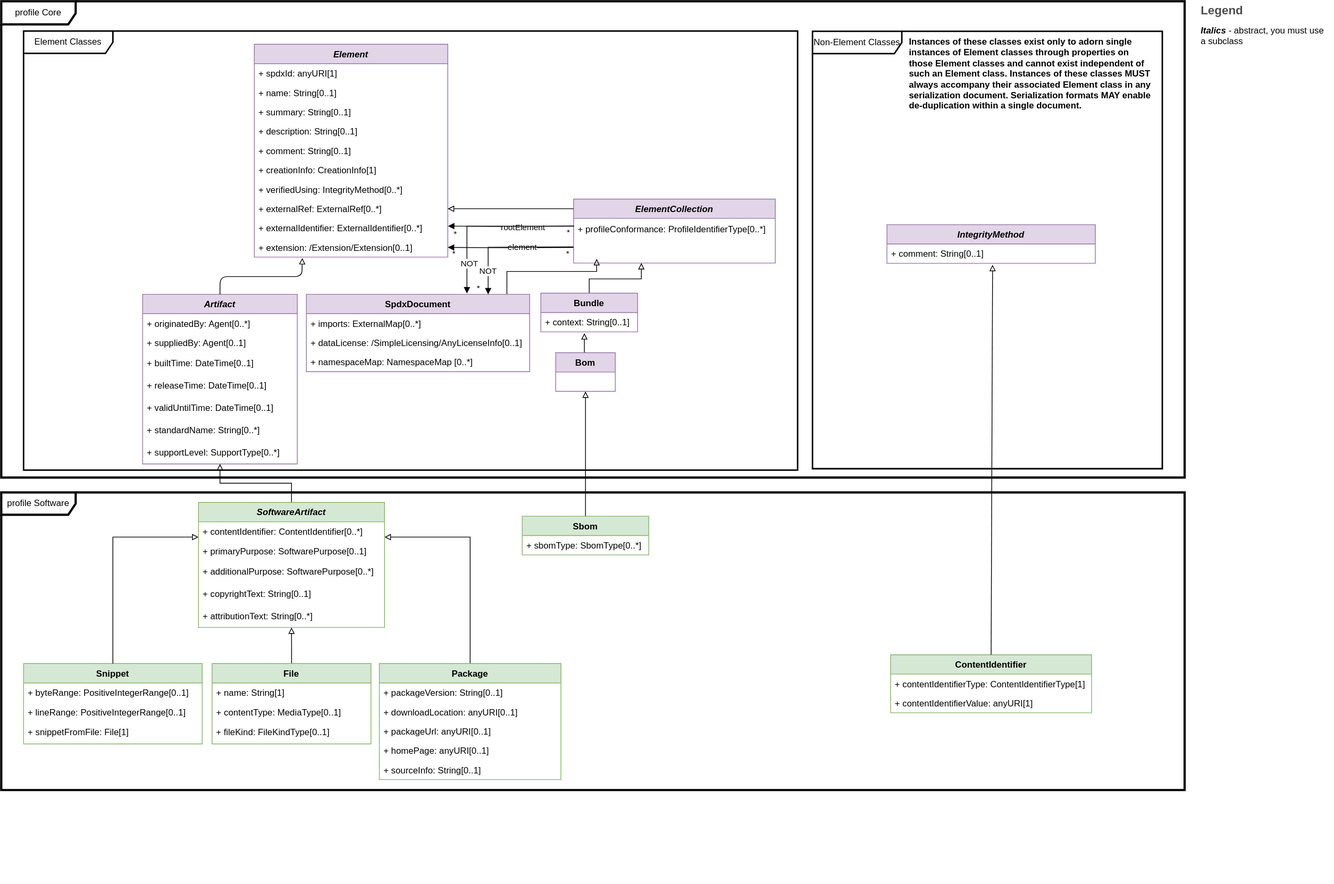
Earlier version of the draw.io export images/model-software.svg (spdx/spdx-3-model). Source tidied: cells renumbered, new cells last; positions are measured from the earlier drawing's top-left corner, leaving out a move shared by most shapes.
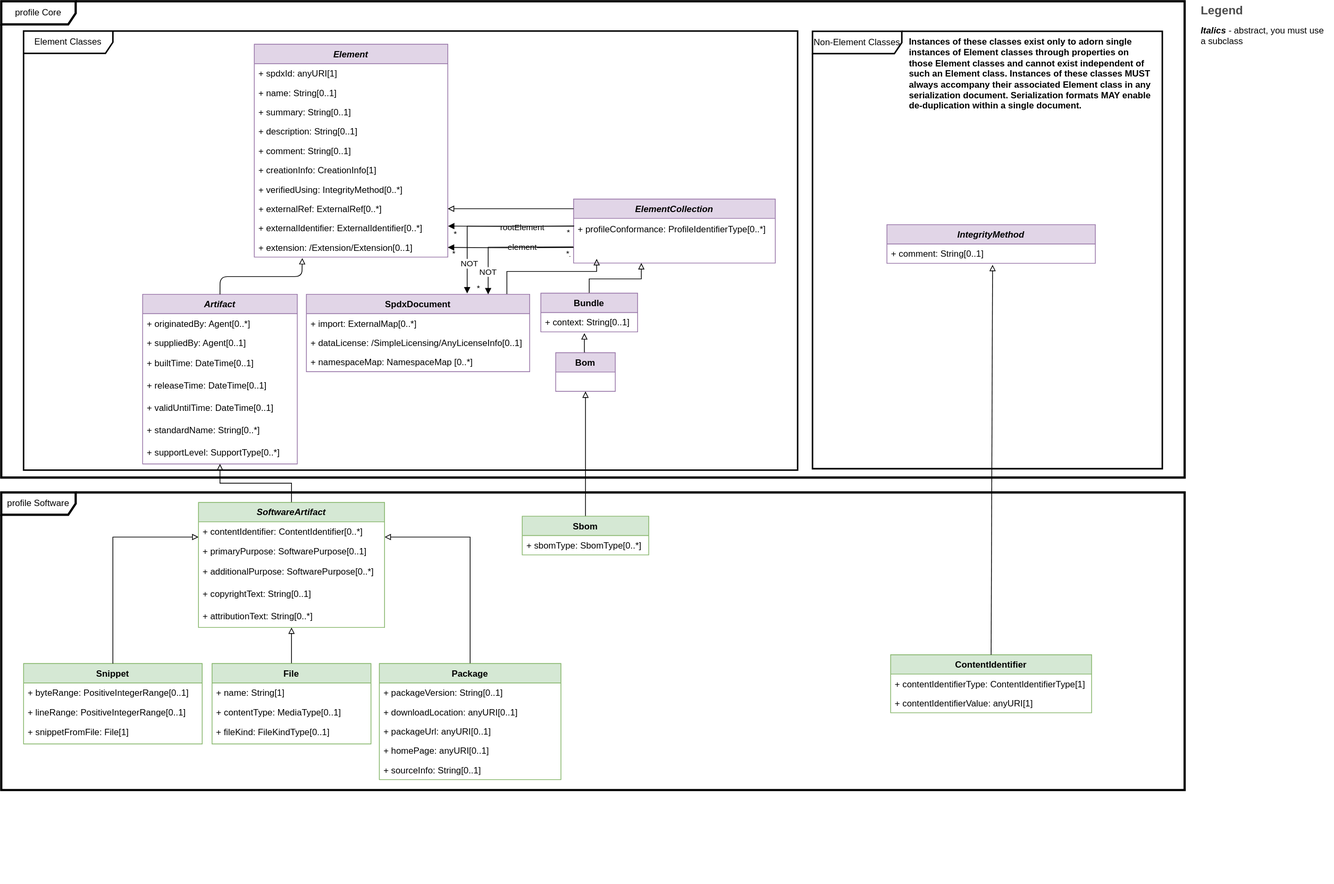
Above is the later version.

Diff of the diagram source:
```diff
@@ -241,7 +241,7 @@
     <mxCell id="65" value="SpdxDocument" style="swimlane;fontStyle=1;horizontal=1;startSize=26;fillColor=#e1d5e7;strokeColor=#9673a6;" parent="1" vertex="1">
       <mxGeometry x="410" y="394" width="300" height="104" as="geometry" />
     </mxCell>
-    <mxCell id="66" value="+ imports: ExternalMap[0..*]" style="text;strokeColor=none;fillColor=none;align=left;verticalAlign=top;spacingLeft=4;spacingRight=4;overflow=hidden;whiteSpace=wrap;html=1;" parent="65" vertex="1">
+    <mxCell id="66" value="+ import: ExternalMap[0..*]" style="text;strokeColor=none;fillColor=none;align=left;verticalAlign=top;spacingLeft=4;spacingRight=4;overflow=hidden;whiteSpace=wrap;html=1;" parent="65" vertex="1">
       <mxGeometry y="26" width="300" height="26" as="geometry" />
     </mxCell>
     <mxCell id="67" value="+ dataLicense: /SimpleLicensing/AnyLicenseInfo[0..1]" style="text;strokeColor=none;fillColor=none;align=left;verticalAlign=top;spacingLeft=4;spacingRight=4;overflow=hidden;fontColor=#000000;" parent="65" vertex="1">
```
